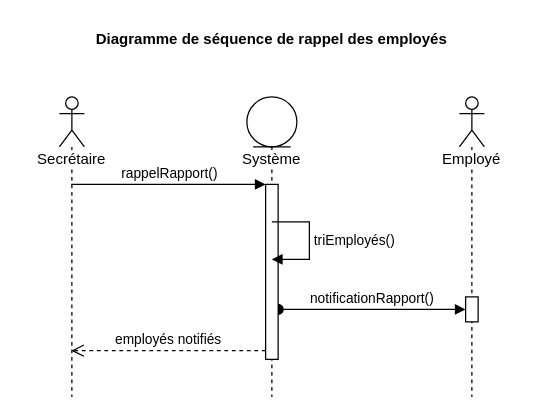
Earlier version of the draw.io diagram Diagrammes/03 - Séquences/Rappel employés/03 - Séquences - Rappel employés.drawio (Neilerua13/tp-analyse-uml). Source tidied: cells renumbered, new cells numbered last; positions are measured from the earlier drawing's top-left corner, leaving out a move shared by most shapes. Both pictures are drawn from the tidied source at 125%, with x=0, y=0 at pixel (59, 21).
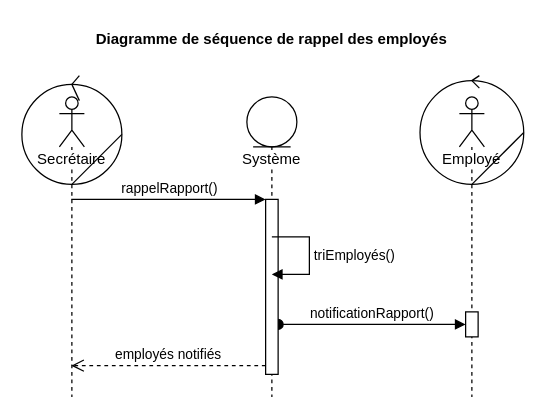
The same diagram, later.

Commit message (it also covers changes not shown here):
Refonte diagramme séquence avec formalisme

Unchanged cells that the change refers to:
```xml
<mxCell id="2" value="Employé" style="shape=umlLifeline;participant=umlActor;perimeter=lifelinePerimeter;whiteSpace=wrap;html=1;verticalAlign=top;spacingTop=36;labelBackgroundColor=#ffffff;" parent="1" vertex="1">
  <mxGeometry x="320" y="60" width="20" height="240" as="geometry" />
</mxCell>
<mxCell id="4" value="Secrétaire" style="shape=umlLifeline;participant=umlActor;perimeter=lifelinePerimeter;whiteSpace=wrap;html=1;verticalAlign=top;spacingTop=36;labelBackgroundColor=#ffffff;outlineConnect=0;" parent="1" vertex="1">
  <mxGeometry y="60" width="20" height="240" as="geometry" />
</mxCell>
<mxCell id="7" value="Système" style="shape=umlLifeline;participant=umlEntity;perimeter=lifelinePerimeter;whiteSpace=wrap;html=1;verticalAlign=top;spacingTop=36;labelBackgroundColor=#ffffff;" parent="1" vertex="1">
  <mxGeometry x="150" y="60" width="40" height="240" as="geometry" />
</mxCell>
```

The edit, as a diff of the source:
```diff
@@
     <mxCell id="3" style="html=1;points=[];perimeter=orthogonalPerimeter;" parent="2" vertex="1">
-      <mxGeometry x="5" y="160" width="10" height="20" as="geometry" />
+      <mxGeometry x="5" y="172" width="10" height="20" as="geometry" />
     </mxCell>
@@
     <mxCell id="5" value="notificationRapport()" style="html=1;verticalAlign=bottom;startArrow=oval;endArrow=block;startSize=8;" parent="1" edge="1" source="8" target="3">
       <mxGeometry relative="1" as="geometry">
         <Array as="points">
-          <mxPoint x="310" y="230" />
+          <mxPoint x="310" y="242" />
         </Array>
       </mxGeometry>
     </mxCell>
@@
     <mxCell id="8" style="html=1;points=[];perimeter=orthogonalPerimeter;" parent="7" vertex="1">
-      <mxGeometry x="15" y="70" width="10" height="140" as="geometry" />
+      <mxGeometry x="15" y="82" width="10" height="140" as="geometry" />
     </mxCell>
     <mxCell id="9" value="triEmployés()" style="edgeStyle=orthogonalEdgeStyle;html=1;align=left;spacingLeft=2;endArrow=block;rounded=0;" parent="1" edge="1">
       <mxGeometry relative="1" as="geometry">
-        <mxPoint x="170" y="160" as="sourcePoint" />
-        <mxPoint x="170" y="190" as="targetPoint" />
+        <mxPoint x="170" y="172" as="sourcePoint" />
+        <mxPoint x="170" y="202" as="targetPoint" />
         <Array as="points">
-          <mxPoint x="200" y="160" />
-          <mxPoint x="200" y="190" />
-          <mxPoint x="180" y="190" />
+          <mxPoint x="200" y="172" />
+          <mxPoint x="200" y="202" />
+          <mxPoint x="180" y="202" />
         </Array>
       </mxGeometry>
     </mxCell>
-    <mxCell id="10" value="rappelRapport()" style="html=1;verticalAlign=bottom;endArrow=block;entryX=0;entryY=0;" parent="1" edge="1" source="4" target="8">
-      <mxGeometry relative="1" as="geometry" />
+    <mxCell id="10" value="rappelRapport()" style="html=1;verticalAlign=bottom;endArrow=block;entryX=0;entryY=0;" parent="1" edge="1" target="8">
+      <mxGeometry relative="1" as="geometry">
+        <mxPoint x="9.5" y="142" as="sourcePoint" />
+      </mxGeometry>
     </mxCell>
-    <mxCell id="11" value="employés notifiés" style="html=1;verticalAlign=bottom;endArrow=open;dashed=1;endSize=8;exitX=0;exitY=0.95;" parent="1" edge="1" source="8" target="4">
-      <mxGeometry relative="1" as="geometry" />
+    <mxCell id="11" value="employés notifiés" style="html=1;verticalAlign=bottom;endArrow=open;dashed=1;endSize=8;exitX=0;exitY=0.95;" parent="1" edge="1" source="8">
+      <mxGeometry relative="1" as="geometry">
+        <mxPoint x="9.5" y="275" as="targetPoint" />
+      </mxGeometry>
     </mxCell>
+    <mxCell id="12" style="ellipse;whiteSpace=wrap;html=1;fillColor=none;" parent="1" vertex="1">
+      <mxGeometry x="-30" y="50" width="80" height="80" as="geometry" />
+    </mxCell>
+    <mxCell id="13" style="endArrow=none;html=1;exitX=0.5;exitY=1;exitDx=0;exitDy=0;entryX=1;entryY=0.5;entryDx=0;entryDy=0;" parent="1" edge="1" source="12" target="12">
+      <mxGeometry relative="1" as="geometry" />
+    </mxCell>
+    <mxCell id="14" style="ellipse;whiteSpace=wrap;html=1;fillColor=none;" parent="1" vertex="1">
+      <mxGeometry x="288.5" y="47" width="83" height="83" as="geometry" />
+    </mxCell>
+    <mxCell id="15" style="endArrow=none;html=1;exitX=0.5;exitY=1;exitDx=0;exitDy=0;entryX=1;entryY=0.5;entryDx=0;entryDy=0;" parent="1" edge="1" source="14" target="14">
+      <mxGeometry relative="1" as="geometry" />
+    </mxCell>
+    <mxCell id="16" style="endArrow=none;html=1;exitX=0.5;exitY=0;exitDx=0;exitDy=0;" parent="1" edge="1" source="12">
+      <mxGeometry relative="1" as="geometry">
+        <mxPoint x="16" y="63" as="targetPoint" />
+      </mxGeometry>
+    </mxCell>
+    <mxCell id="17" style="endArrow=none;html=1;" parent="1" edge="1">
+      <mxGeometry relative="1" as="geometry">
+        <mxPoint x="10" y="50" as="sourcePoint" />
+        <mxPoint x="16" y="43" as="targetPoint" />
+      </mxGeometry>
+    </mxCell>
+    <mxCell id="18" style="endArrow=none;html=1;exitX=0.5;exitY=0;exitDx=0;exitDy=0;" parent="1" edge="1" source="14">
+      <mxGeometry relative="1" as="geometry">
+        <mxPoint x="336" y="43" as="targetPoint" />
+      </mxGeometry>
+    </mxCell>
+    <mxCell id="19" style="endArrow=none;html=1;exitX=0.5;exitY=0;exitDx=0;exitDy=0;" parent="1" edge="1" source="14">
+      <mxGeometry relative="1" as="geometry">
+        <mxPoint x="336" y="53" as="targetPoint" />
+      </mxGeometry>
+    </mxCell>
```
